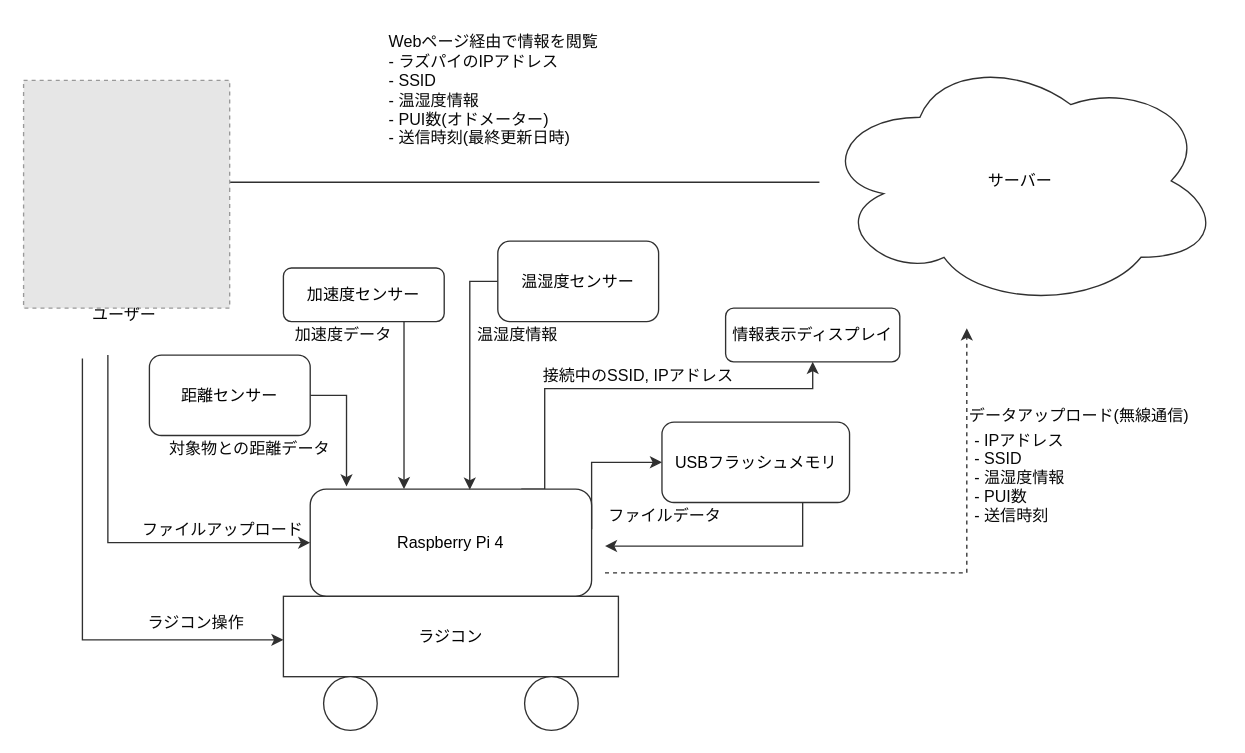
This is 概略図.drawio from PUIPUI-Ore-Car/kumikomi, a draw.io file, before an edit. Source tidied: cells renumbered, new cells numbered last; positions are measured from the earlier drawing's top-left corner, leaving out a move shared by most shapes. Both pictures are drawn from the tidied source at 134%, with x=0, y=0 at pixel (23, 23). Pictures stored in the file or linked from it are replaced by grey dashed boxes.
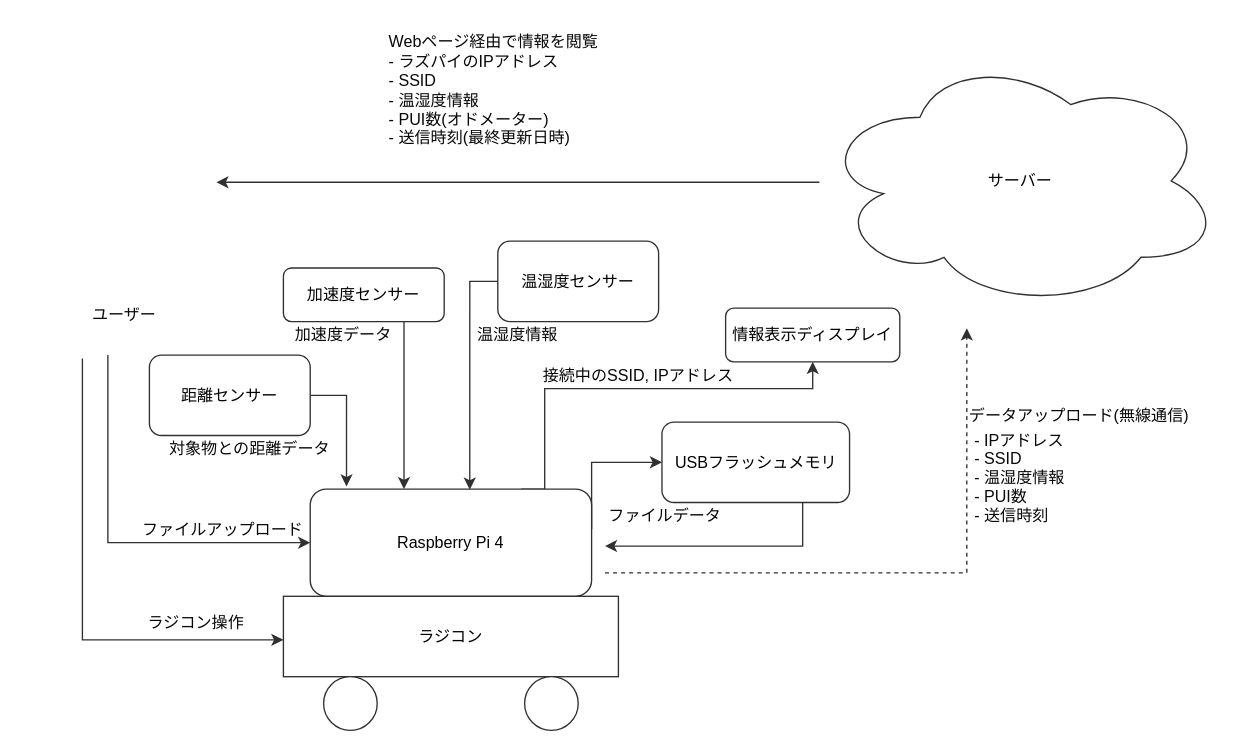
The same page after the edit.

Diff of the diagram source:
```diff
@@
-    <mxCell id="23" style="fillColor=#E6E6E6;strokeColor=#999999;dashed=1;verticalLabelPosition=bottom;labelBackgroundColor=#ffffff;verticalAlign=top;" parent="1" vertex="1">
-      <mxGeometry x="0.1" y="42.5" width="153.8" height="170" as="geometry" />
-    </mxCell>
```
